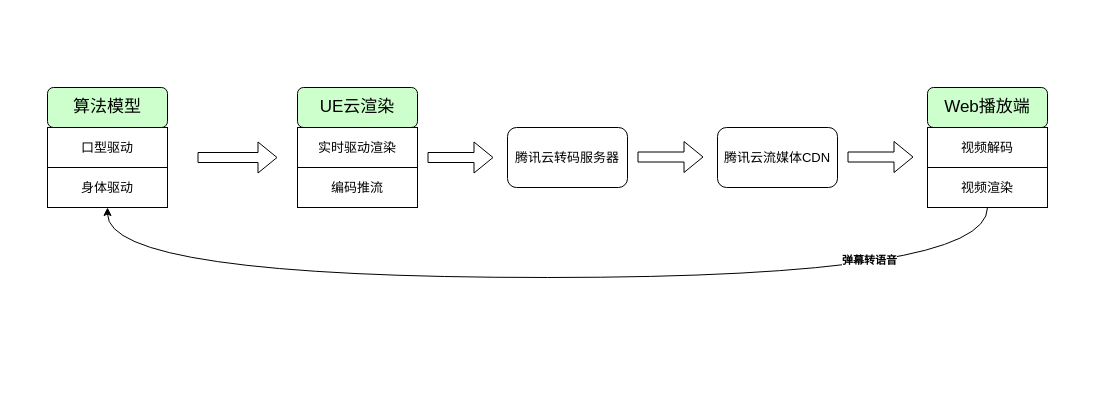
Earlier version of the draw.io diagram ai_live.drawio (skindhu/9GAG). Source tidied: cells renumbered, new cells numbered last; positions are measured from the earlier drawing's top-left corner, leaving out a move shared by most shapes. Both pictures are drawn from the tidied source at 100%, with x=0, y=0 at pixel (47, 87).
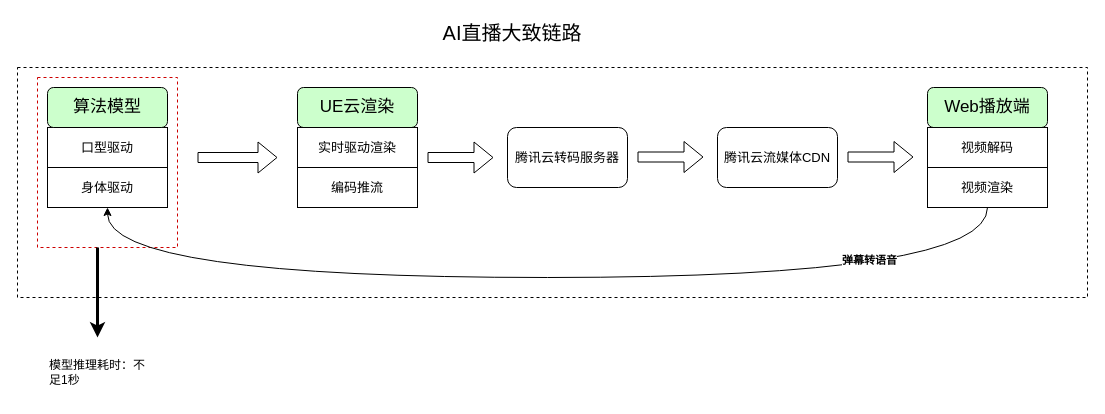
The same page after the edit.

Diff of the diagram source:
```diff
@@
+    <mxCell id="19" style="rounded=0;whiteSpace=wrap;html=1;dashed=1;" parent="1" vertex="1">
+      <mxGeometry x="-30" y="-20" width="1070" height="230" as="geometry" />
+    </mxCell>
+    <mxCell id="20" style="rounded=0;whiteSpace=wrap;html=1;strokeColor=#CC0000;dashed=1;" parent="1" vertex="1">
+      <mxGeometry x="-10" y="-10" width="140" height="170" as="geometry" />
+    </mxCell>
@@
+    <mxCell id="21" value="AI直播大致链路" style="text;html=1;strokeColor=none;fillColor=none;align=center;verticalAlign=middle;whiteSpace=wrap;rounded=0;fontSize=20;" parent="1" vertex="1">
+      <mxGeometry x="390" y="-70" width="150" height="30" as="geometry" />
+    </mxCell>
+    <mxCell id="22" style="endArrow=classic;html=1;rounded=0;strokeWidth=3;" parent="1" edge="1">
+      <mxGeometry relative="1" as="geometry">
+        <mxPoint x="50" y="160" as="sourcePoint" />
+        <mxPoint x="50" y="250" as="targetPoint" />
+      </mxGeometry>
+    </mxCell>
+    <mxCell id="23" value="模型推理耗时：不足1秒" style="text;html=1;strokeColor=none;fillColor=none;align=left;verticalAlign=middle;whiteSpace=wrap;rounded=0;" parent="1" vertex="1">
+      <mxGeometry y="260" width="100" height="50" as="geometry" />
+    </mxCell>
```
